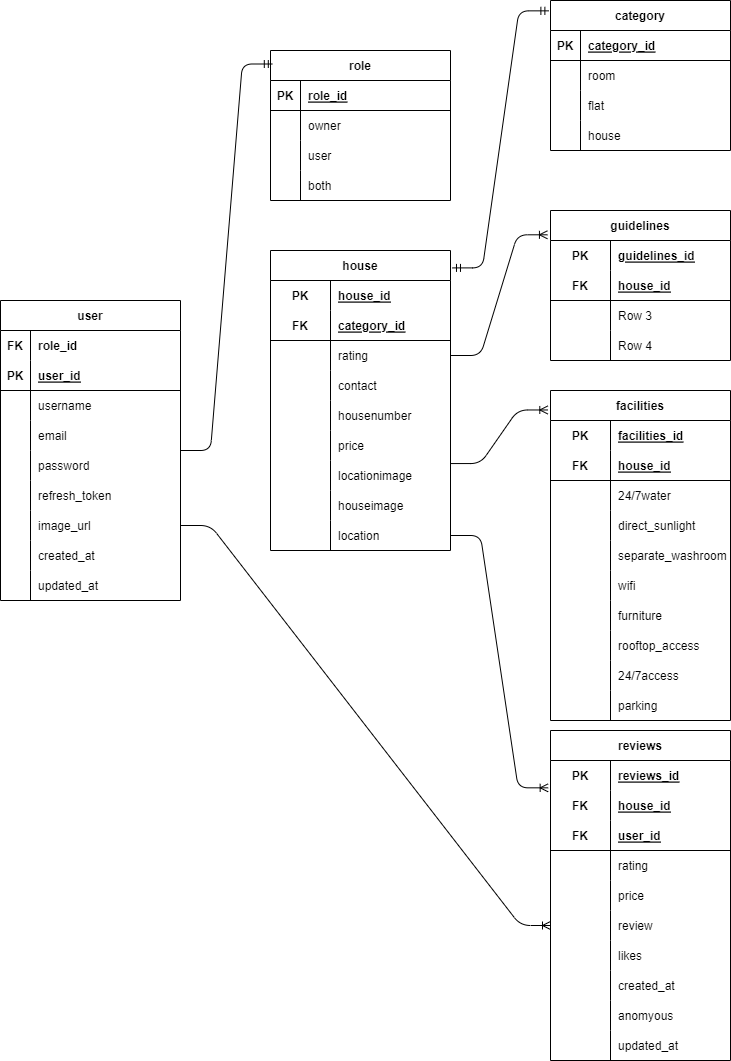
The draw.io diagram datamodeling.png in romanpoudel/resi-review, before a commit. Source tidied: cells renumbered, new cells last; positions are measured from the earlier drawing's top-left corner, leaving out a move shared by most shapes.
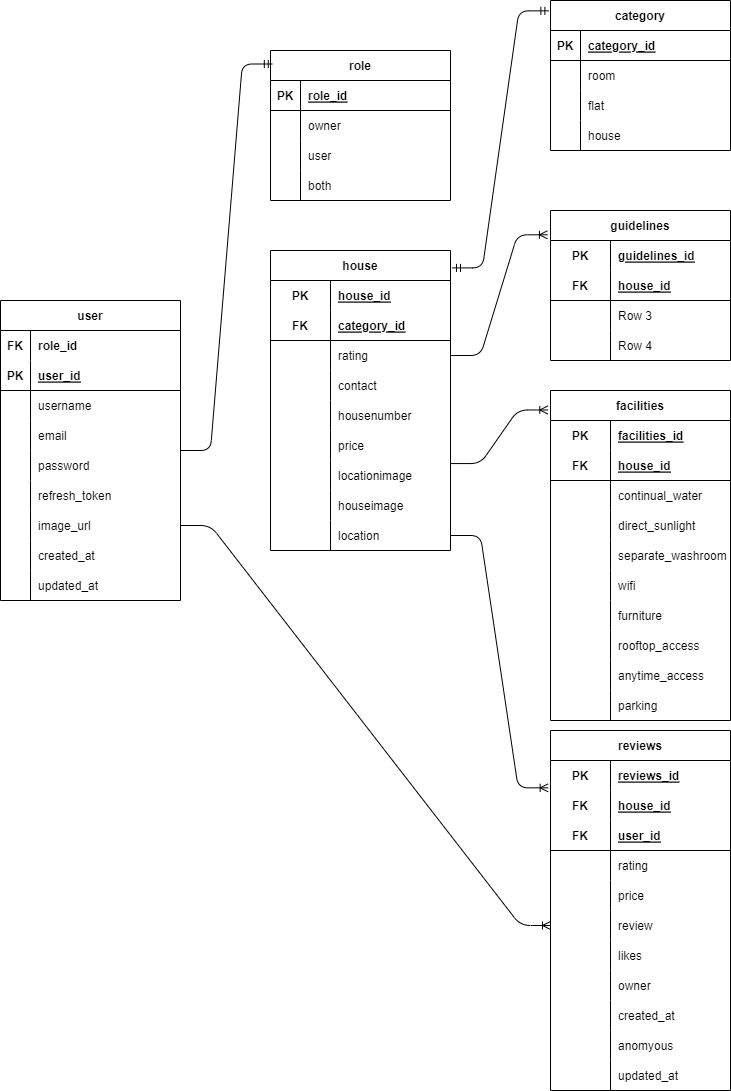
The same file after the commit.

Change to the diagram source:
```diff
@@ -1,4 +1,4 @@
-<mxGraphModel>
+<mxGraphModel background="#FFFFFF">
   <root>
     <mxCell id="0" />
     <mxCell id="1" parent="0" />
@@ -261,7 +261,7 @@
       <mxGeometry relative="1" as="geometry" />
     </mxCell>
     <mxCell id="88" value="reviews" style="shape=table;startSize=30;rowLines=0;fontStyle=1;align=center;" parent="1" vertex="1">
-      <mxGeometry x="550" y="730" width="180" height="330" as="geometry" />
+      <mxGeometry x="550" y="730" width="180" height="360" as="geometry" />
     </mxCell>
     <mxCell id="89" style="shape=tableRow;horizontal=0;startSize=0;swimlaneHead=0;swimlaneBody=0;fillColor=none;top=0;left=0;right=0;bottom=0;" parent="88" vertex="1">
       <mxGeometry y="30" width="180" height="30" as="geometry" />
@@ -317,17 +317,26 @@
     <mxCell id="106" value="review" style="shape=partialRectangle;fillColor=none;top=0;left=0;bottom=0;right=0;align=left;spacingLeft=6;overflow=hidden;" parent="104" vertex="1">
       <mxGeometry x="60" width="120" height="30" as="geometry" />
     </mxCell>
+    <mxCell id="165" style="shape=tableRow;horizontal=0;startSize=0;swimlaneHead=0;swimlaneBody=0;fillColor=none;top=0;left=0;right=0;bottom=0;" parent="88" vertex="1">
+      <mxGeometry y="210" width="180" height="30" as="geometry" />
+    </mxCell>
+    <mxCell id="166" style="shape=partialRectangle;fillColor=none;top=0;left=0;bottom=0;right=0;overflow=hidden;" parent="165" vertex="1">
+      <mxGeometry width="60" height="30" as="geometry" />
+    </mxCell>
+    <mxCell id="167" value="likes" style="shape=partialRectangle;fillColor=none;top=0;left=0;bottom=0;right=0;align=left;spacingLeft=6;overflow=hidden;" parent="165" vertex="1">
+      <mxGeometry x="60" width="120" height="30" as="geometry" />
+    </mxCell>
     <mxCell id="107" style="shape=tableRow;horizontal=0;startSize=0;swimlaneHead=0;swimlaneBody=0;fillColor=none;top=0;left=0;right=0;bottom=0;" parent="88" vertex="1">
-      <mxGeometry y="210" width="180" height="30" as="geometry" />
+      <mxGeometry y="240" width="180" height="30" as="geometry" />
     </mxCell>
     <mxCell id="108" style="shape=partialRectangle;fillColor=none;top=0;left=0;bottom=0;right=0;overflow=hidden;" parent="107" vertex="1">
       <mxGeometry width="60" height="30" as="geometry" />
     </mxCell>
-    <mxCell id="109" value="likes" style="shape=partialRectangle;fillColor=none;top=0;left=0;bottom=0;right=0;align=left;spacingLeft=6;overflow=hidden;" parent="107" vertex="1">
+    <mxCell id="109" value="owner" style="shape=partialRectangle;fillColor=none;top=0;left=0;bottom=0;right=0;align=left;spacingLeft=6;overflow=hidden;" parent="107" vertex="1">
       <mxGeometry x="60" width="120" height="30" as="geometry" />
     </mxCell>
     <mxCell id="110" style="shape=tableRow;horizontal=0;startSize=0;swimlaneHead=0;swimlaneBody=0;fillColor=none;top=0;left=0;right=0;bottom=0;" parent="88" vertex="1">
-      <mxGeometry y="240" width="180" height="30" as="geometry" />
+      <mxGeometry y="270" width="180" height="30" as="geometry" />
     </mxCell>
     <mxCell id="111" style="shape=partialRectangle;fillColor=none;top=0;left=0;bottom=0;right=0;overflow=hidden;" parent="110" vertex="1">
       <mxGeometry width="60" height="30" as="geometry" />
@@ -336,7 +345,7 @@
       <mxGeometry x="60" width="120" height="30" as="geometry" />
     </mxCell>
     <mxCell id="113" style="shape=tableRow;horizontal=0;startSize=0;swimlaneHead=0;swimlaneBody=0;fillColor=none;top=0;left=0;right=0;bottom=0;" parent="88" vertex="1">
-      <mxGeometry y="270" width="180" height="30" as="geometry" />
+      <mxGeometry y="300" width="180" height="30" as="geometry" />
     </mxCell>
     <mxCell id="114" style="shape=partialRectangle;fillColor=none;top=0;left=0;bottom=0;right=0;overflow=hidden;" parent="113" vertex="1">
       <mxGeometry width="60" height="30" as="geometry" />
@@ -345,7 +354,7 @@
       <mxGeometry x="60" width="120" height="30" as="geometry" />
     </mxCell>
     <mxCell id="116" style="shape=tableRow;horizontal=0;startSize=0;swimlaneHead=0;swimlaneBody=0;fillColor=none;top=0;left=0;right=0;bottom=0;" parent="88" vertex="1">
-      <mxGeometry y="300" width="180" height="30" as="geometry" />
+      <mxGeometry y="330" width="180" height="30" as="geometry" />
     </mxCell>
     <mxCell id="117" style="shape=partialRectangle;fillColor=none;top=0;left=0;bottom=0;right=0;overflow=hidden;" parent="116" vertex="1">
       <mxGeometry width="60" height="30" as="geometry" />
@@ -427,7 +436,7 @@
     <mxCell id="142" style="shape=partialRectangle;fillColor=none;top=0;left=0;bottom=0;right=0;overflow=hidden;" parent="141" vertex="1">
       <mxGeometry width="60" height="30" as="geometry" />
     </mxCell>
-    <mxCell id="143" value="24/7water" style="shape=partialRectangle;fillColor=none;top=0;left=0;bottom=0;right=0;align=left;spacingLeft=6;overflow=hidden;" parent="141" vertex="1">
+    <mxCell id="143" value="continual_water" style="shape=partialRectangle;fillColor=none;top=0;left=0;bottom=0;right=0;align=left;spacingLeft=6;overflow=hidden;labelBackgroundColor=none;" parent="141" vertex="1">
       <mxGeometry x="60" width="120" height="30" as="geometry" />
     </mxCell>
     <mxCell id="144" style="shape=tableRow;horizontal=0;startSize=0;swimlaneHead=0;swimlaneBody=0;fillColor=none;top=0;left=0;right=0;bottom=0;" parent="134" vertex="1">
@@ -481,7 +490,7 @@
     <mxCell id="160" style="shape=partialRectangle;fillColor=none;top=0;left=0;bottom=0;right=0;overflow=hidden;" parent="159" vertex="1">
       <mxGeometry width="60" height="30" as="geometry" />
     </mxCell>
-    <mxCell id="161" value="24/7access" style="shape=partialRectangle;fillColor=none;top=0;left=0;bottom=0;right=0;align=left;spacingLeft=6;overflow=hidden;" parent="159" vertex="1">
+    <mxCell id="161" value="anytime_access" style="shape=partialRectangle;fillColor=none;top=0;left=0;bottom=0;right=0;align=left;spacingLeft=6;overflow=hidden;" parent="159" vertex="1">
       <mxGeometry x="60" width="120" height="30" as="geometry" />
     </mxCell>
     <mxCell id="162" style="shape=tableRow;horizontal=0;startSize=0;swimlaneHead=0;swimlaneBody=0;fillColor=none;top=0;left=0;right=0;bottom=0;" parent="134" vertex="1">
```
